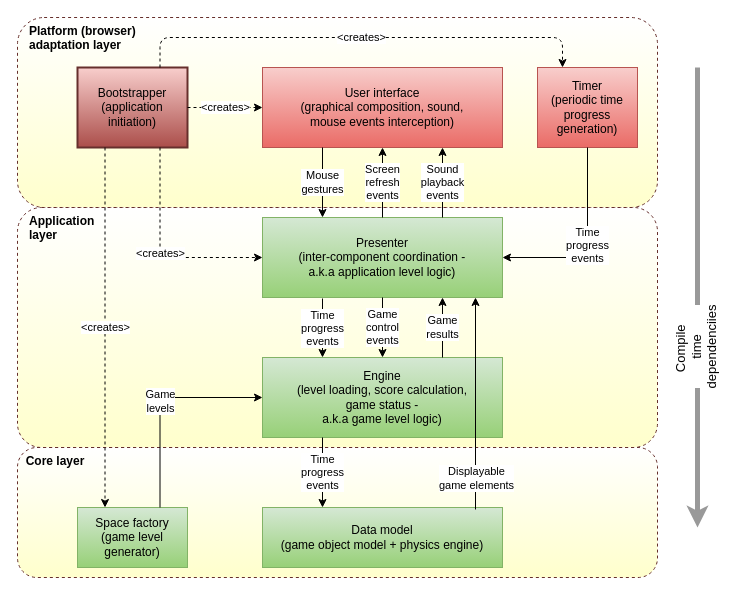
This is page "components" (1 of 5) of docs/diagrams.drawio from lbownik/star-drifter, a draw.io file, before an edit. Source tidied: cells renumbered, new cells numbered last; positions are measured from the earlier drawing's top-left corner, leaving out a move shared by most shapes. Both pictures are drawn from the tidied source at 100%, with x=0, y=0 at pixel (17, 17).
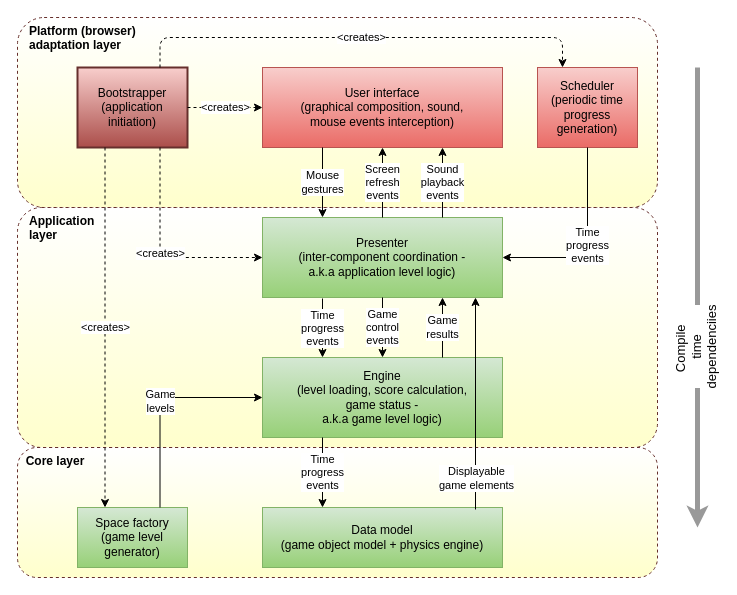
The same diagram, later.

The edit, as a diff of the source:
```diff
@@
-    <mxCell id="9" value="Timer&lt;br&gt;(periodic time progress generation)" style="rounded=0;whiteSpace=wrap;html=1;gradientColor=#ea6b66;fillColor=#f8cecc;strokeColor=#b85450;" parent="1" vertex="1">
+    <mxCell id="9" value="Scheduler&lt;br&gt;(periodic time progress generation)" style="rounded=0;whiteSpace=wrap;html=1;gradientColor=#ea6b66;fillColor=#f8cecc;strokeColor=#b85450;" parent="1" vertex="1">
       <mxGeometry x="520" y="50" width="100" height="80" as="geometry" />
     </mxCell>
```
